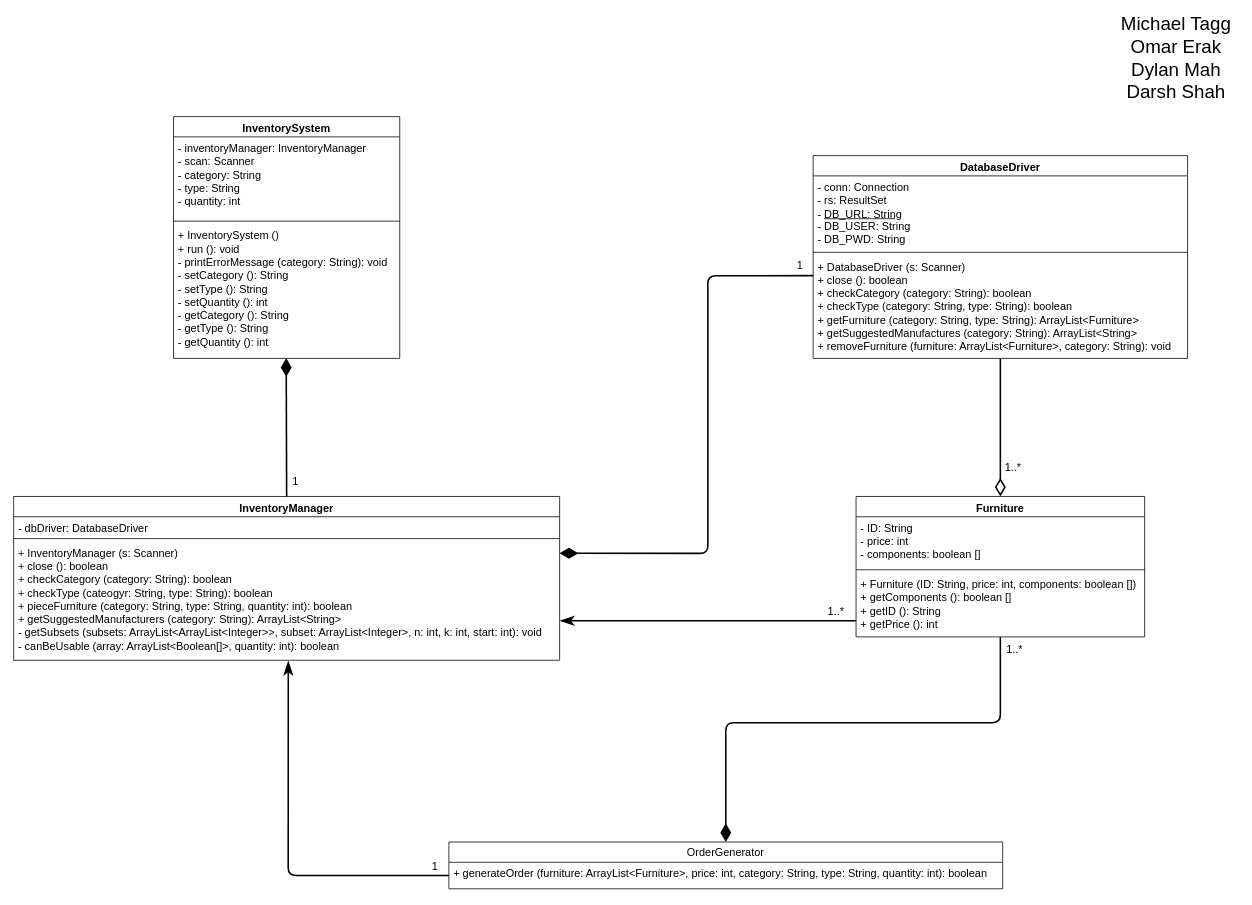
Earlier version of the draw.io diagram Untitled Diagram.drawio (mtagg/409ProjectG16). Source tidied: cells renumbered, new cells numbered last; positions are measured from the earlier drawing's top-left corner, leaving out a move shared by most shapes. Both pictures are drawn from the tidied source at 78%, with x=0, y=0 at pixel (13, 23).
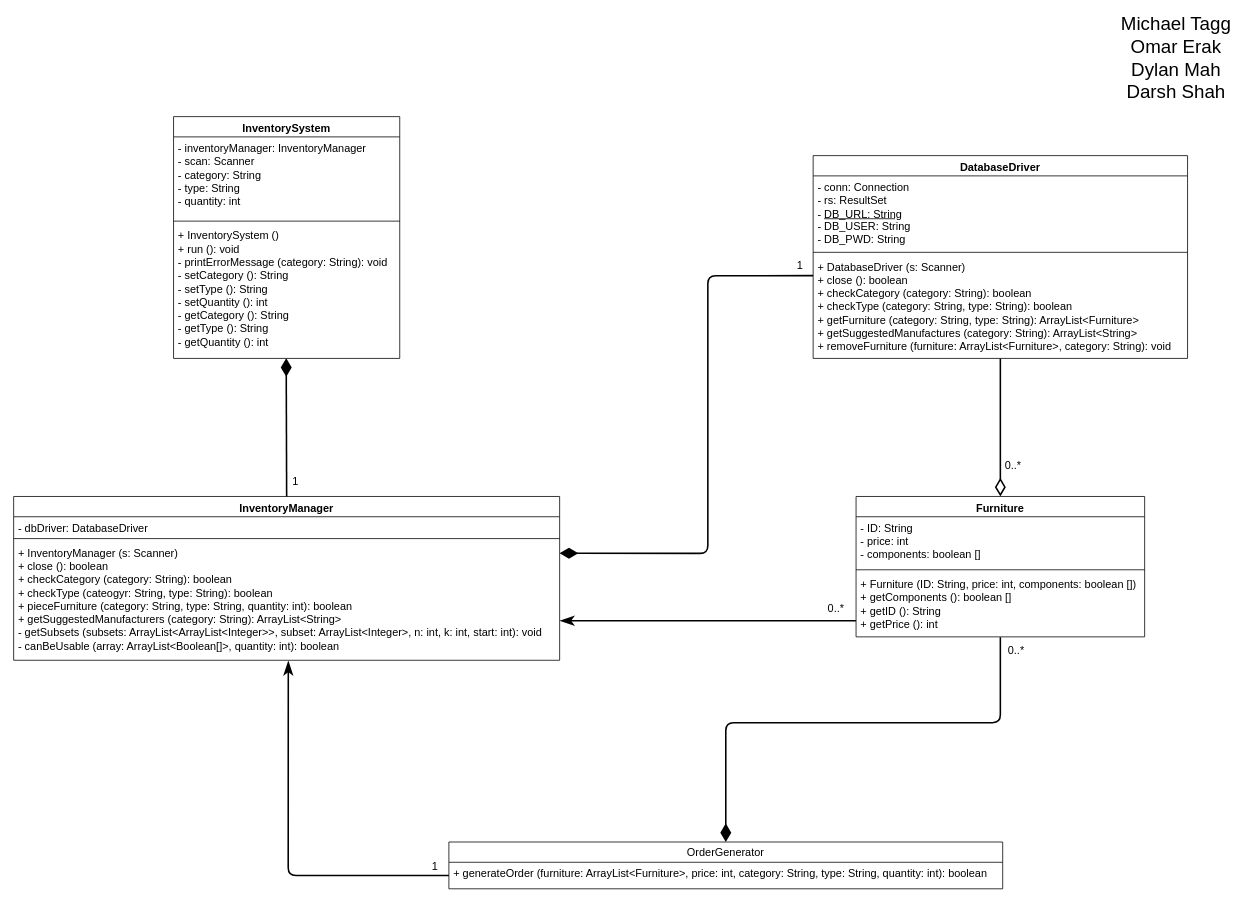
The same diagram, later.

Change to the diagram source:
```diff
@@
-    <mxCell id="25" value="1..*" style="text;html=1;align=center;verticalAlign=middle;fontSize=14;" parent="1" vertex="1">
-      <mxGeometry x="1263" y="793" width="40" height="20" as="geometry" />
+    <mxCell id="25" value="0..*" style="text;html=1;align=center;verticalAlign=middle;fontSize=14;" parent="1" vertex="1">
+      <mxGeometry x="1265" y="795" width="40" height="20" as="geometry" />
     </mxCell>
-    <mxCell id="26" value="1..*" style="text;html=1;align=center;verticalAlign=middle;fontSize=14;" parent="1" vertex="1">
-      <mxGeometry x="1034" y="744" width="40" height="20" as="geometry" />
+    <mxCell id="26" value="0..*" style="text;html=1;align=center;verticalAlign=middle;fontSize=14;" parent="1" vertex="1">
+      <mxGeometry x="1034" y="741" width="40" height="20" as="geometry" />
     </mxCell>
-    <mxCell id="27" value="1..*" style="text;html=1;align=center;verticalAlign=middle;fontSize=14;" parent="1" vertex="1">
-      <mxGeometry x="1261" y="560" width="40" height="20" as="geometry" />
+    <mxCell id="27" value="0..*" style="text;html=1;align=center;verticalAlign=middle;fontSize=14;" parent="1" vertex="1">
+      <mxGeometry x="1261" y="557" width="40" height="20" as="geometry" />
     </mxCell>
```
